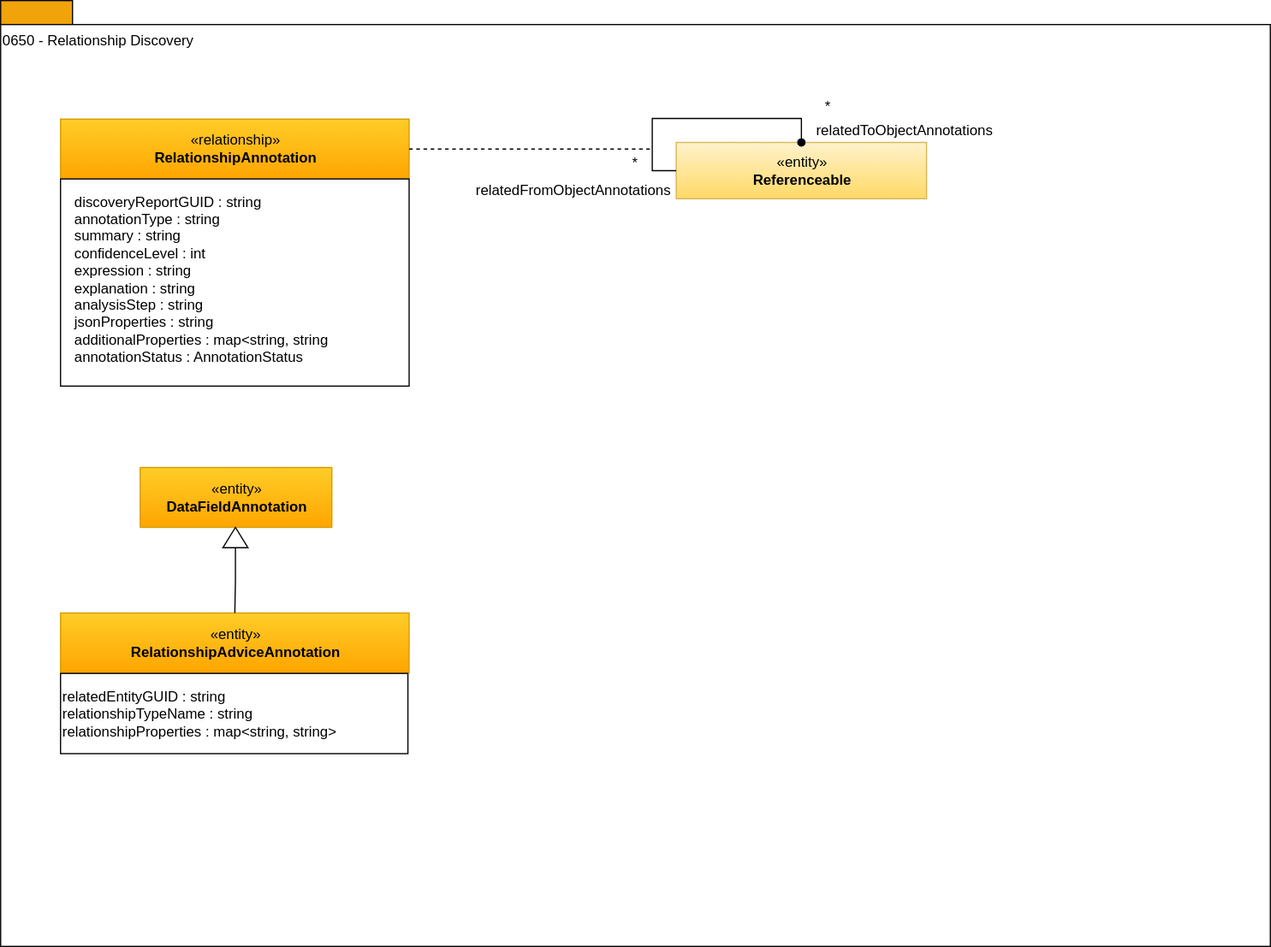
Above: site/docs/types/6/0650-Relationship-Discovery.svg in odpi/egeria-docs (draw.io), before the change. Source tidied: cells renumbered, new cells last; positions are measured from the earlier drawing's top-left corner, leaving out a move shared by most shapes.
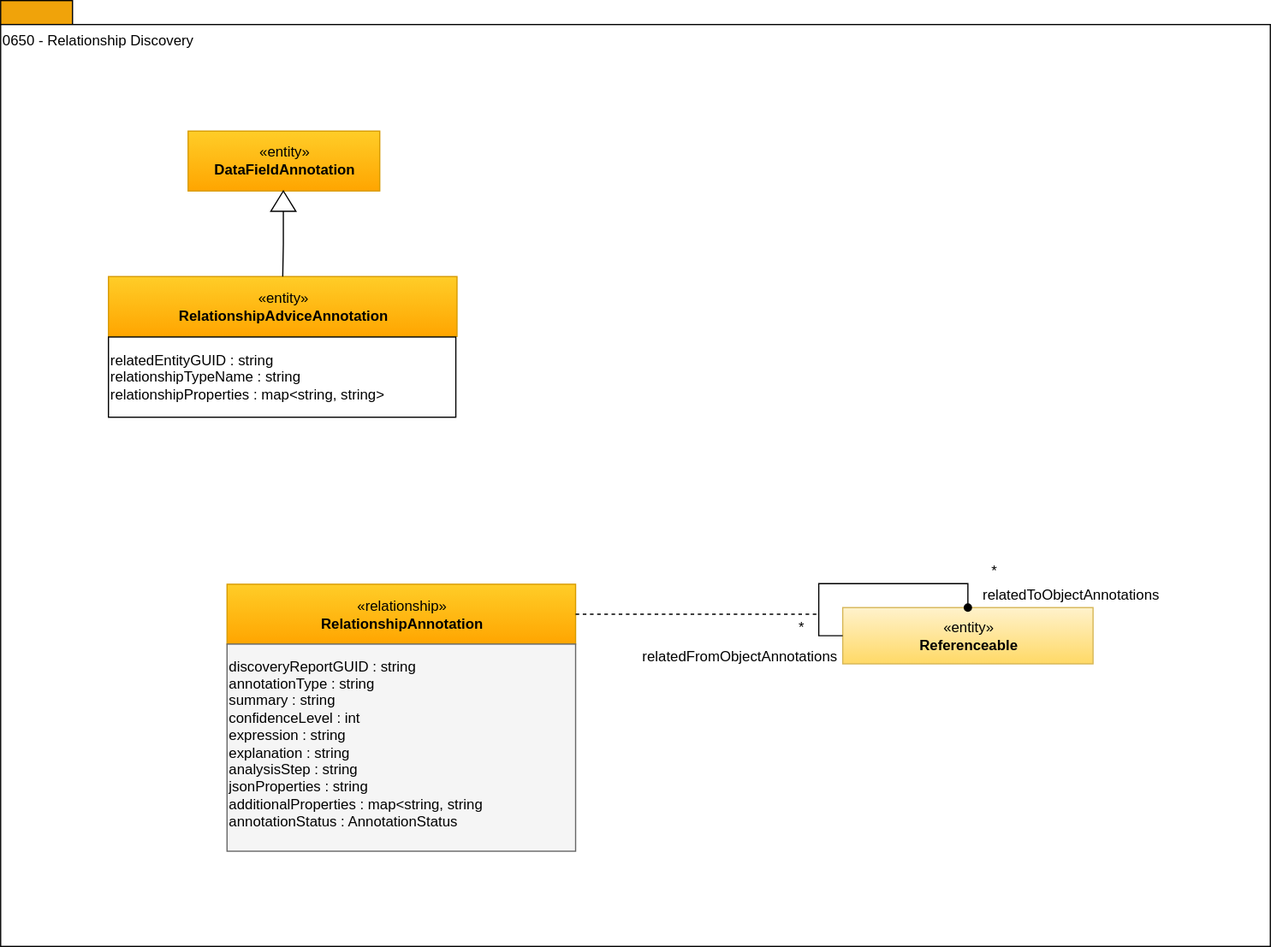
Above is the later version.

Change to the diagram source:
```diff
@@ -8,56 +8,56 @@
     <mxCell id="3" value="0650 - Relationship Discovery" style="rounded=0;whiteSpace=wrap;html=1;align=left;verticalAlign=top;" parent="1" vertex="1">
       <mxGeometry y="20" width="1060" height="770" as="geometry" />
     </mxCell>
-    <mxCell id="4" value="«relationship»&lt;br&gt;&lt;b&gt;RelationshipAnnotation&lt;/b&gt;" style="html=1;strokeColor=#d79b00;align=center;fillColor=#ffcd28;gradientColor=#ffa500;" parent="1" vertex="1">
-      <mxGeometry x="50" y="99" width="291" height="50" as="geometry" />
+    <mxCell id="4" value="«entity»&lt;br&gt;&lt;b&gt;RelationshipAdviceAnnotation&lt;/b&gt;" style="html=1;strokeColor=#d79b00;align=center;fillColor=#ffcd28;gradientColor=#ffa500;" parent="1" vertex="1">
+      <mxGeometry x="90" y="230.5" width="291" height="50" as="geometry" />
     </mxCell>
-    <mxCell id="5" value="&lt;pre&gt;&lt;br&gt;&lt;/pre&gt;" style="rounded=0;whiteSpace=wrap;html=1;strokeColor=#000000;gradientColor=#ffffff;align=left;" parent="1" vertex="1">
-      <mxGeometry x="50" y="149" width="291" height="173" as="geometry" />
+    <mxCell id="5" value="relatedEntityGUID : string&lt;br&gt;relationshipTypeName : string&lt;br&gt;relationshipProperties : map&amp;lt;string, string&amp;gt;" style="rounded=0;whiteSpace=wrap;html=1;strokeColor=#000000;gradientColor=#ffffff;align=left;" parent="1" vertex="1">
+      <mxGeometry x="90" y="281" width="290" height="67" as="geometry" />
     </mxCell>
-    <mxCell id="6" value="«entity»&lt;br&gt;&lt;b&gt;Referenceable&lt;/b&gt;" style="html=1;strokeColor=#d6b656;align=center;fillColor=#fff2cc;gradientColor=#ffd966;" parent="1" vertex="1">
-      <mxGeometry x="564" y="118.5" width="209" height="47" as="geometry" />
+    <mxCell id="6" style="edgeStyle=orthogonalEdgeStyle;rounded=0;html=1;endArrow=none;endFill=0;jettySize=auto;exitX=0;exitY=0.5;" parent="1" edge="1" source="8" target="4">
+      <mxGeometry relative="1" as="geometry" />
     </mxCell>
-    <mxCell id="7" style="edgeStyle=orthogonalEdgeStyle;rounded=0;html=1;entryX=0;entryY=0.5;endArrow=none;endFill=0;jettySize=auto;orthogonalLoop=1;startArrow=oval;startFill=1;" parent="1" edge="1" source="6" target="6">
-      <mxGeometry relative="1" as="geometry">
-        <Array as="points">
-          <mxPoint x="669" y="98.5" />
-          <mxPoint x="544" y="98.5" />
-          <mxPoint x="544" y="142.5" />
-        </Array>
-      </mxGeometry>
+    <mxCell id="7" value="«entity»&lt;br&gt;&lt;b&gt;DataFieldAnnotation&lt;/b&gt;&lt;br&gt;" style="html=1;strokeColor=#d79b00;align=center;fillColor=#ffcd28;gradientColor=#ffa500;" parent="1" vertex="1">
+      <mxGeometry x="156.5" y="109" width="160" height="50" as="geometry" />
     </mxCell>
-    <mxCell id="8" style="endArrow=none;dashed=1;html=1;exitX=1;exitY=0.5;entryX=1.042;entryY=-0.075;entryPerimeter=0;" parent="1" edge="1" source="4" target="12">
-      <mxGeometry relative="1" as="geometry" />
+    <mxCell id="8" style="triangle;whiteSpace=wrap;html=1;strokeColor=#000000;gradientColor=#ffffff;align=center;rotation=-90;" parent="1" vertex="1">
+      <mxGeometry x="227.5" y="157" width="17" height="21" as="geometry" />
     </mxCell>
-    <mxCell id="9" value="relatedFromObjectAnnotations" style="text;html=1;strokeColor=none;fillColor=none;align=center;verticalAlign=middle;whiteSpace=wrap;rounded=0;" parent="1" vertex="1">
-      <mxGeometry x="405" y="149" width="147" height="20" as="geometry" />
+    <mxCell id="9" value="«relationship»&lt;br&gt;&lt;b&gt;RelationshipAnnotation&lt;/b&gt;" style="html=1;strokeColor=#d79b00;align=center;fillColor=#ffcd28;gradientColor=#ffa500;" parent="1" vertex="1">
+      <mxGeometry x="189" y="487.5" width="291" height="50" as="geometry" />
     </mxCell>
-    <mxCell id="10" value="relatedToObjectAnnotations" style="text;html=1;strokeColor=none;fillColor=none;align=center;verticalAlign=middle;whiteSpace=wrap;rounded=0;" parent="1" vertex="1">
-      <mxGeometry x="669" y="98.5" width="172" height="20" as="geometry" />
+    <mxCell id="10" value="&lt;pre&gt;&lt;br&gt;&lt;/pre&gt;" style="rounded=0;whiteSpace=wrap;html=1;strokeColor=#666666;align=left;fillColor=#f5f5f5;fontColor=#333333;" parent="1" vertex="1">
+      <mxGeometry x="189" y="537.5" width="291" height="173" as="geometry" />
     </mxCell>
-    <mxCell id="11" value="*" style="text;html=1;strokeColor=none;fillColor=none;align=center;verticalAlign=middle;whiteSpace=wrap;rounded=0;" parent="1" vertex="1">
-      <mxGeometry x="679" y="78.5" width="24" height="20" as="geometry" />
+    <mxCell id="11" value="«entity»&lt;br&gt;&lt;b&gt;Referenceable&lt;/b&gt;" style="html=1;strokeColor=#d6b656;align=center;fillColor=#fff2cc;gradientColor=#ffd966;" parent="1" vertex="1">
+      <mxGeometry x="703" y="507" width="209" height="47" as="geometry" />
     </mxCell>
-    <mxCell id="12" value="*" style="text;html=1;strokeColor=none;fillColor=none;align=center;verticalAlign=middle;whiteSpace=wrap;rounded=0;" parent="1" vertex="1">
-      <mxGeometry x="518" y="125.5" width="24" height="20" as="geometry" />
+    <mxCell id="12" style="edgeStyle=orthogonalEdgeStyle;rounded=0;html=1;entryX=0;entryY=0.5;endArrow=none;endFill=0;jettySize=auto;orthogonalLoop=1;startArrow=oval;startFill=1;" parent="1" edge="1" source="11" target="11">
+      <mxGeometry relative="1" as="geometry">
+        <Array as="points">
+          <mxPoint x="808" y="487" />
+          <mxPoint x="683" y="487" />
+          <mxPoint x="683" y="531" />
+        </Array>
+      </mxGeometry>
     </mxCell>
-    <mxCell id="13" value="«entity»&lt;br&gt;&lt;b&gt;RelationshipAdviceAnnotation&lt;/b&gt;" style="html=1;strokeColor=#d79b00;align=center;fillColor=#ffcd28;gradientColor=#ffa500;" parent="1" vertex="1">
-      <mxGeometry x="50" y="511.5" width="291" height="50" as="geometry" />
+    <mxCell id="13" style="endArrow=none;dashed=1;html=1;exitX=1;exitY=0.5;entryX=1.042;entryY=-0.075;entryPerimeter=0;" parent="1" edge="1" source="9" target="17">
+      <mxGeometry relative="1" as="geometry" />
     </mxCell>
-    <mxCell id="14" value="relatedEntityGUID : string&lt;br&gt;relationshipTypeName : string&lt;br&gt;relationshipProperties : map&amp;lt;string, string&amp;gt;" style="rounded=0;whiteSpace=wrap;html=1;strokeColor=#000000;gradientColor=#ffffff;align=left;" parent="1" vertex="1">
-      <mxGeometry x="50" y="562" width="290" height="67" as="geometry" />
+    <mxCell id="14" value="relatedFromObjectAnnotations" style="text;html=1;strokeColor=none;fillColor=none;align=center;verticalAlign=middle;whiteSpace=wrap;rounded=0;" parent="1" vertex="1">
+      <mxGeometry x="544" y="537.5" width="147" height="20" as="geometry" />
     </mxCell>
-    <mxCell id="15" style="edgeStyle=orthogonalEdgeStyle;rounded=0;html=1;endArrow=none;endFill=0;jettySize=auto;exitX=0;exitY=0.5;" parent="1" edge="1" source="17" target="13">
-      <mxGeometry relative="1" as="geometry" />
+    <mxCell id="15" value="relatedToObjectAnnotations" style="text;html=1;strokeColor=none;fillColor=none;align=center;verticalAlign=middle;whiteSpace=wrap;rounded=0;" parent="1" vertex="1">
+      <mxGeometry x="808" y="487" width="172" height="20" as="geometry" />
     </mxCell>
-    <mxCell id="16" value="«entity»&lt;br&gt;&lt;b&gt;DataFieldAnnotation&lt;/b&gt;&lt;br&gt;" style="html=1;strokeColor=#d79b00;align=center;fillColor=#ffcd28;gradientColor=#ffa500;" parent="1" vertex="1">
-      <mxGeometry x="116.5" y="390" width="160" height="50" as="geometry" />
+    <mxCell id="16" value="*" style="text;html=1;strokeColor=none;fillColor=none;align=center;verticalAlign=middle;whiteSpace=wrap;rounded=0;" parent="1" vertex="1">
+      <mxGeometry x="818" y="467" width="24" height="20" as="geometry" />
     </mxCell>
-    <mxCell id="17" style="triangle;whiteSpace=wrap;html=1;strokeColor=#000000;gradientColor=#ffffff;align=center;rotation=-90;" parent="1" vertex="1">
-      <mxGeometry x="187.5" y="438" width="17" height="21" as="geometry" />
+    <mxCell id="17" value="*" style="text;html=1;strokeColor=none;fillColor=none;align=center;verticalAlign=middle;whiteSpace=wrap;rounded=0;" parent="1" vertex="1">
+      <mxGeometry x="657" y="514" width="24" height="20" as="geometry" />
     </mxCell>
     <mxCell id="18" value="discoveryReportGUID : string&lt;br&gt;&lt;span style=&quot;&quot;&gt;annotationType : string&lt;br&gt;&lt;/span&gt;&lt;span&gt;summary : string&lt;br&gt;&lt;/span&gt;&lt;span&gt;confidenceLevel : int&lt;br&gt;&lt;/span&gt;&lt;span&gt;expression : string&lt;br&gt;&lt;/span&gt;&lt;span&gt;explanation : string&lt;br&gt;&lt;/span&gt;&lt;span&gt;analysisStep : string&lt;br&gt;&lt;/span&gt;&lt;span&gt;jsonProperties : string&lt;br&gt;&lt;/span&gt;&lt;span&gt;additionalProperties : map&amp;lt;string, string&lt;br&gt;&lt;/span&gt;&lt;span&gt;annotationStatus : AnnotationStatus&lt;/span&gt;&lt;span&gt;&lt;br&gt;&lt;/span&gt;" style="text;html=1;align=left;verticalAlign=middle;strokeColor=none;fillColor=none;fontSize=12;" parent="1" vertex="1">
-      <mxGeometry x="60" y="161" width="222" height="144" as="geometry" />
+      <mxGeometry x="189" y="549" width="222" height="144" as="geometry" />
     </mxCell>
   </root>
 </mxGraphModel>
```
